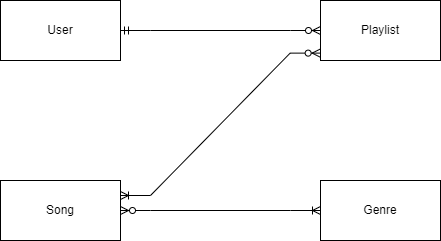
Above: Jukebox_ERD.png in PeterVanKampen7/AO-B7-MPA-Jukebox (draw.io), before the change. Source tidied: cells renumbered, new cells last; positions are measured from the earlier drawing's top-left corner, leaving out a move shared by most shapes.
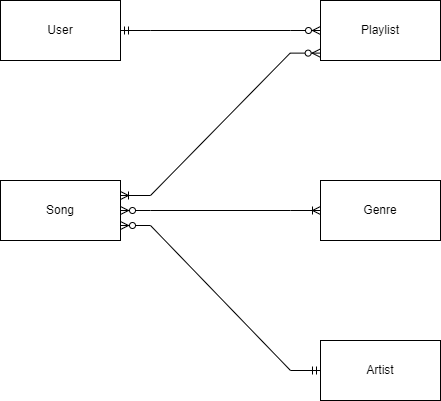
Above is the later version.

Diff of the diagram source:
```diff
@@ -23,5 +23,11 @@
     <mxCell id="8" style="edgeStyle=entityRelationEdgeStyle;fontSize=12;html=1;endArrow=ERoneToMany;startArrow=ERzeroToMany;rounded=0;entryX=0;entryY=0.5;entryDx=0;entryDy=0;exitX=1;exitY=0.5;exitDx=0;exitDy=0;" parent="1" edge="1" source="3" target="4">
       <mxGeometry relative="1" as="geometry" />
     </mxCell>
+    <mxCell id="9" value="Artist" style="rounded=0;whiteSpace=wrap;html=1;" parent="1" vertex="1">
+      <mxGeometry x="320" y="340" width="120" height="60" as="geometry" />
+    </mxCell>
+    <mxCell id="10" style="edgeStyle=entityRelationEdgeStyle;fontSize=12;html=1;endArrow=ERzeroToMany;startArrow=ERmandOne;rounded=0;entryX=1;entryY=0.75;entryDx=0;entryDy=0;exitX=0;exitY=0.5;exitDx=0;exitDy=0;" parent="1" edge="1" source="9" target="3">
+      <mxGeometry relative="1" as="geometry" />
+    </mxCell>
   </root>
 </mxGraphModel>
```
